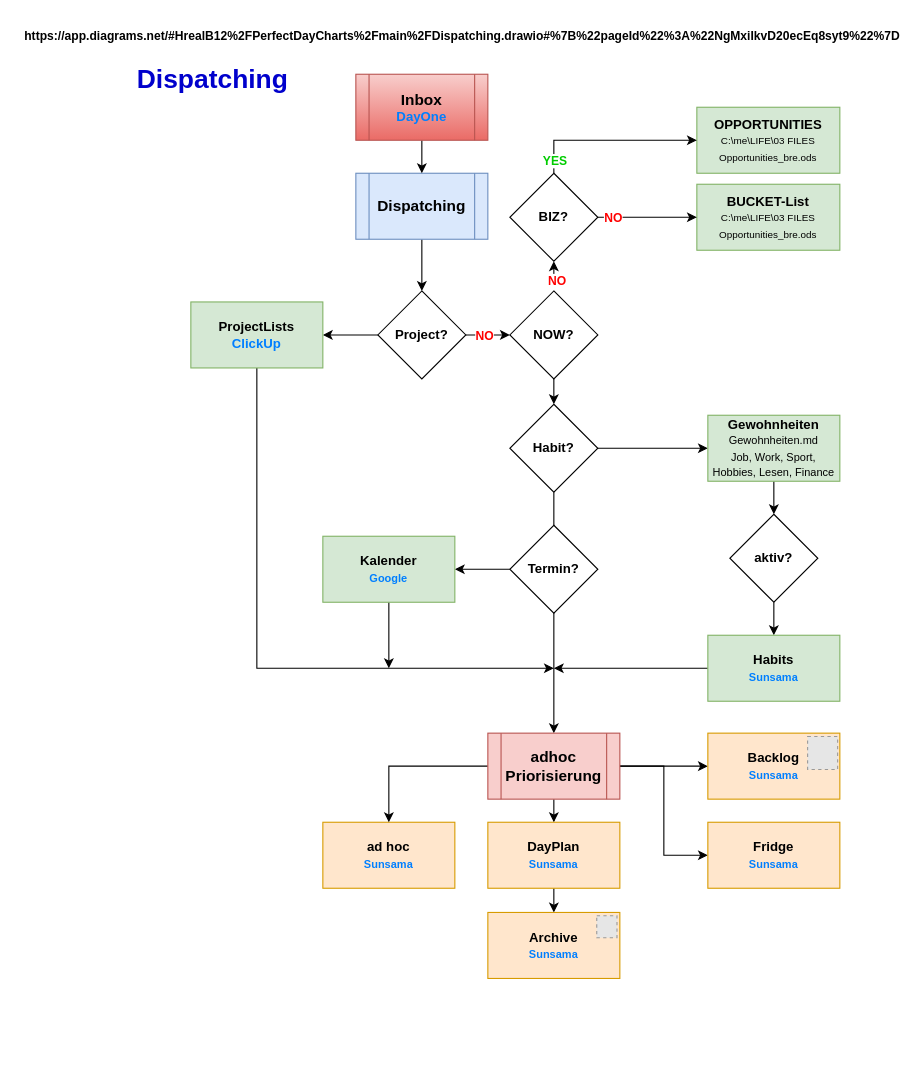
Above: Dispatching.drawio in realB12/PerfectDayCharts (draw.io), before the change. Source tidied: cells renumbered, new cells numbered last; positions are measured from the earlier drawing's top-left corner, leaving out a move shared by most shapes. Both pictures are drawn from the tidied source at 110%, with x=0, y=0 at pixel (19, 19). Pictures stored in the file or linked from it are replaced by grey dashed boxes.
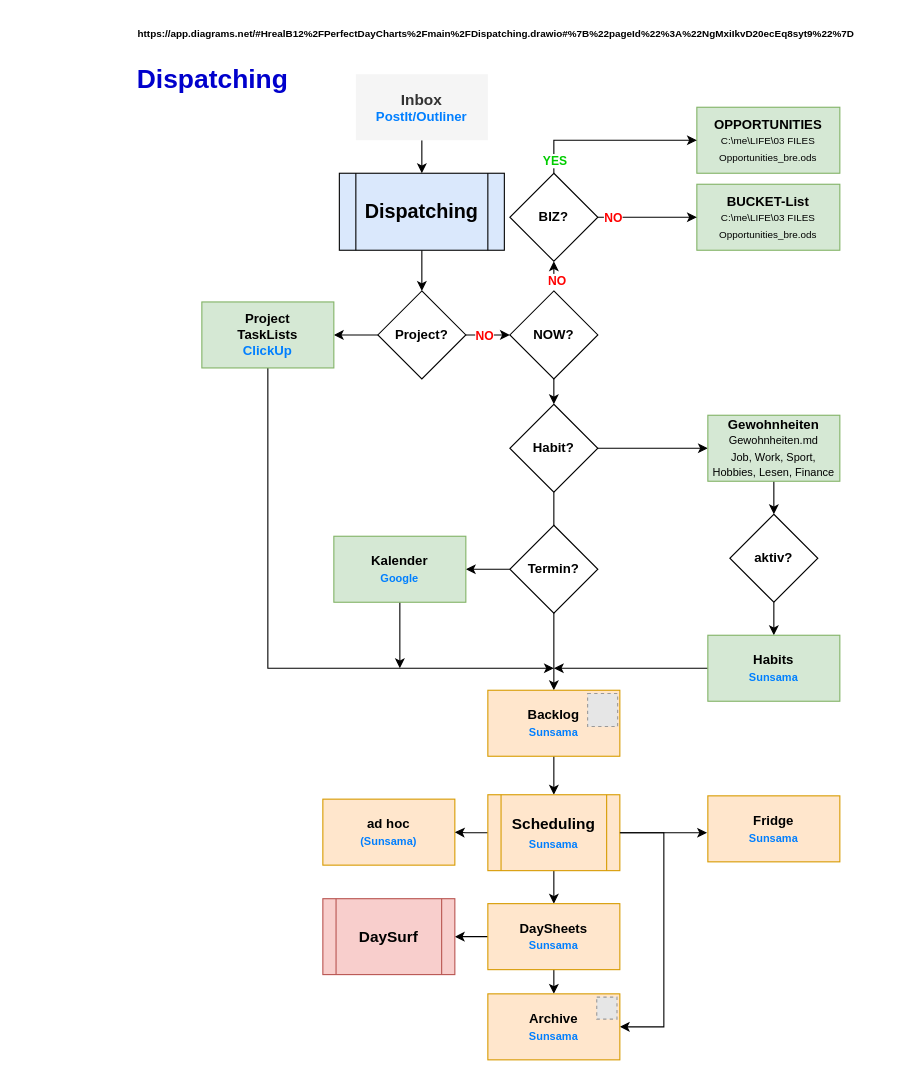
After the change.

The change refers to these unchanged cells:
```xml
<mxCell id="23" value="&lt;b&gt;Habit?&lt;/b&gt;" style="rhombus;whiteSpace=wrap;html=1;" parent="1" vertex="1">
  <mxGeometry x="446" y="350" width="80" height="80" as="geometry" />
</mxCell>
<mxCell id="50" value="&lt;b&gt;Archive&lt;/b&gt;&lt;br&gt;&lt;font color=&quot;#007fff&quot; size=&quot;1&quot;&gt;&lt;b&gt;Sunsama&lt;/b&gt;&lt;/font&gt;" style="rounded=0;whiteSpace=wrap;html=1;fillColor=#ffe6cc;strokeColor=#d79b00;labelBackgroundColor=none;" parent="49" vertex="1">
  <mxGeometry width="120" height="60" as="geometry" />
</mxCell>
```

Diff of the diagram source:
```diff
@@
-    <mxCell id="4" value="&lt;font style=&quot;font-size: 14px;&quot;&gt;&lt;b&gt;Dispatching&lt;/b&gt;&lt;/font&gt;" style="shape=process;whiteSpace=wrap;html=1;backgroundOutline=1;fillColor=#dae8fc;strokeColor=#6c8ebf;" parent="1" vertex="1">
-      <mxGeometry x="306" y="140" width="120" height="60" as="geometry" />
+    <mxCell id="4" value="&lt;font size=&quot;1&quot; style=&quot;&quot;&gt;&lt;b style=&quot;font-size: 18px;&quot;&gt;Dispatching&lt;/b&gt;&lt;/font&gt;" style="shape=process;whiteSpace=wrap;html=1;backgroundOutline=1;fillColor=#dae8fc;strokeColor=default;strokeWidth=1;" parent="1" vertex="1">
+      <mxGeometry x="291" y="140" width="150" height="70" as="geometry" />
     </mxCell>
@@
     <mxCell id="8" style="edgeStyle=orthogonalEdgeStyle;rounded=0;jettySize=auto;html=1;exitX=0.5;exitY=1;exitDx=0;exitDy=0;" parent="1" edge="1" source="9">
       <mxGeometry relative="1" as="geometry">
         <mxPoint x="486" y="590" as="targetPoint" />
         <Array as="points">
-          <mxPoint x="216" y="590" />
-          <mxPoint x="486" y="590" />
+          <mxPoint x="226" y="590" />
         </Array>
       </mxGeometry>
     </mxCell>
-    <mxCell id="9" value="&lt;b&gt;ProjectLists&lt;/b&gt;&lt;br&gt;&lt;b&gt;&lt;font color=&quot;#007fff&quot;&gt;ClickUp&lt;/font&gt;&lt;/b&gt;" style="rounded=0;whiteSpace=wrap;html=1;fillColor=#d5e8d4;strokeColor=#82b366;" parent="1" vertex="1">
-      <mxGeometry x="156" y="257" width="120" height="60" as="geometry" />
+    <mxCell id="9" value="&lt;b&gt;Project&lt;br&gt;TaskLists&lt;/b&gt;&lt;br&gt;&lt;b&gt;&lt;font color=&quot;#007fff&quot;&gt;ClickUp&lt;/font&gt;&lt;/b&gt;" style="rounded=0;whiteSpace=wrap;html=1;fillColor=#d5e8d4;strokeColor=#82b366;" parent="1" vertex="1">
+      <mxGeometry x="166" y="257" width="120" height="60" as="geometry" />
     </mxCell>
@@
-    <mxCell id="22" style="edgeStyle=orthogonalEdgeStyle;rounded=0;jettySize=auto;html=1;" parent="1" edge="1" source="23" target="34">
+    <mxCell id="22" style="edgeStyle=orthogonalEdgeStyle;rounded=0;jettySize=auto;html=1;entryX=0.5;entryY=0;entryDx=0;entryDy=0;" parent="1" edge="1" source="23" target="36">
       <mxGeometry relative="1" as="geometry" />
     </mxCell>
@@
-    <mxCell id="28" value="&lt;b&gt;&lt;font style=&quot;font-size: 14px;&quot;&gt;Inbox&lt;/font&gt;&lt;/b&gt;&lt;br&gt;&lt;b&gt;&lt;font color=&quot;#007fff&quot;&gt;DayOne&lt;/font&gt;&lt;/b&gt;" style="shape=process;whiteSpace=wrap;html=1;backgroundOutline=1;fillColor=#f8cecc;strokeColor=#b85450;gradientColor=#ea6b66;" parent="1" vertex="1">
+    <mxCell id="28" value="&lt;b&gt;&lt;font style=&quot;font-size: 14px;&quot;&gt;Inbox&lt;/font&gt;&lt;/b&gt;&lt;br&gt;&lt;font color=&quot;#007fff&quot;&gt;&lt;b&gt;PostIt/Outliner&lt;/b&gt;&lt;/font&gt;" style="shape=process;whiteSpace=wrap;html=1;backgroundOutline=1;fillColor=#f5f5f5;strokeColor=none;fontColor=#333333;" parent="1" vertex="1">
       <mxGeometry x="306" y="50" width="120" height="60" as="geometry" />
     </mxCell>
-    <mxCell id="29" value="&lt;b&gt;ad hoc&lt;br&gt;&lt;/b&gt;&lt;div&gt;&lt;b style=&quot;color: rgb(0, 127, 255); font-size: x-small;&quot;&gt;Sunsama&lt;/b&gt;&lt;br&gt;&lt;/div&gt;" style="rounded=0;whiteSpace=wrap;html=1;fillColor=#ffe6cc;strokeColor=#d79b00;labelBackgroundColor=none;" parent="1" vertex="1">
-      <mxGeometry x="276" y="730" width="120" height="60" as="geometry" />
+    <mxCell id="29" value="&lt;b&gt;ad hoc&lt;br&gt;&lt;/b&gt;&lt;div&gt;&lt;b style=&quot;color: rgb(0, 127, 255); font-size: x-small;&quot;&gt;(Sunsama)&lt;/b&gt;&lt;br&gt;&lt;/div&gt;" style="rounded=0;whiteSpace=wrap;html=1;fillColor=#ffe6cc;strokeColor=#d79b00;labelBackgroundColor=none;" parent="1" vertex="1">
+      <mxGeometry x="276" y="709" width="120" height="60" as="geometry" />
     </mxCell>
@@
-    <mxCell id="31" style="edgeStyle=orthogonalEdgeStyle;rounded=0;jettySize=auto;html=1;entryX=0;entryY=0.5;entryDx=0;entryDy=0;" parent="1" edge="1" source="34" target="36">
+    <mxCell id="31" style="edgeStyle=orthogonalEdgeStyle;rounded=0;jettySize=auto;html=1;" parent="1" edge="1" source="36" target="34">
       <mxGeometry relative="1" as="geometry" />
     </mxCell>
-    <mxCell id="32" style="edgeStyle=orthogonalEdgeStyle;rounded=0;jettySize=auto;html=1;entryX=0;entryY=0.5;entryDx=0;entryDy=0;" parent="1" edge="1" source="34" target="35">
-      <mxGeometry relative="1" as="geometry" />
-    </mxCell>
@@
+    <mxCell id="52" style="edgeStyle=orthogonalEdgeStyle;rounded=0;jettySize=auto;html=1;entryX=1;entryY=0.5;entryDx=0;entryDy=0;" parent="1" edge="1" source="34" target="50">
+      <mxGeometry relative="1" as="geometry">
+        <Array as="points">
+          <mxPoint x="586" y="740" />
+          <mxPoint x="586" y="916" />
+        </Array>
+      </mxGeometry>
+    </mxCell>
-    <mxCell id="34" value="&lt;span style=&quot;font-size: 14px;&quot;&gt;&lt;b&gt;adhoc&lt;br&gt;Priorisierung&lt;/b&gt;&lt;/span&gt;" style="shape=process;whiteSpace=wrap;html=1;backgroundOutline=1;fillColor=#f8cecc;strokeColor=#b85450;" parent="1" vertex="1">
-      <mxGeometry x="426" y="649" width="120" height="60" as="geometry" />
+    <mxCell id="34" value="&lt;span style=&quot;font-size: 14px;&quot;&gt;&lt;b&gt;Scheduling&lt;/b&gt;&lt;/span&gt;&lt;div&gt;&lt;b style=&quot;color: rgb(0, 127, 255); font-size: x-small;&quot;&gt;Sunsama&lt;/b&gt;&lt;span style=&quot;font-size: 14px;&quot;&gt;&lt;b&gt;&lt;br&gt;&lt;/b&gt;&lt;/span&gt;&lt;/div&gt;" style="shape=process;whiteSpace=wrap;html=1;backgroundOutline=1;fillColor=#ffe6cc;strokeColor=#d79b00;" parent="1" vertex="1">
+      <mxGeometry x="426" y="705" width="120" height="69" as="geometry" />
     </mxCell>
     <mxCell id="35" value="&lt;b&gt;Fridge&lt;/b&gt;&lt;br&gt;&lt;font color=&quot;#007fff&quot; size=&quot;1&quot;&gt;&lt;b&gt;Sunsama&lt;/b&gt;&lt;/font&gt;" style="rounded=0;whiteSpace=wrap;html=1;fillColor=#ffe6cc;strokeColor=#d79b00;labelBackgroundColor=none;" parent="1" vertex="1">
-      <mxGeometry x="626" y="730" width="120" height="60" as="geometry" />
+      <mxGeometry x="626" y="706" width="120" height="60" as="geometry" />
     </mxCell>
     <mxCell id="36" value="&lt;b&gt;Backlog&lt;/b&gt;&lt;br&gt;&lt;font color=&quot;#007fff&quot; size=&quot;1&quot;&gt;&lt;b&gt;Sunsama&lt;/b&gt;&lt;/font&gt;" style="rounded=0;whiteSpace=wrap;html=1;fillColor=#ffe6cc;strokeColor=#d79b00;labelBackgroundColor=none;" parent="1" vertex="1">
-      <mxGeometry x="626" y="649" width="120" height="60" as="geometry" />
+      <mxGeometry x="426" y="610" width="120" height="60" as="geometry" />
     </mxCell>
@@
     <mxCell id="44" style="edgeStyle=orthogonalEdgeStyle;rounded=0;jettySize=auto;html=1;" parent="1" edge="1" source="45">
       <mxGeometry relative="1" as="geometry">
-        <mxPoint x="336" y="590" as="targetPoint" />
+        <mxPoint x="346" y="590" as="targetPoint" />
       </mxGeometry>
     </mxCell>
     <mxCell id="45" value="&lt;b&gt;Kalender&lt;/b&gt;&lt;br&gt;&lt;font color=&quot;#007fff&quot; size=&quot;1&quot;&gt;&lt;b&gt;Google&lt;/b&gt;&lt;/font&gt;" style="rounded=0;whiteSpace=wrap;html=1;fillColor=#d5e8d4;strokeColor=#82b366;" parent="1" vertex="1">
-      <mxGeometry x="276" y="470" width="120" height="60" as="geometry" />
+      <mxGeometry x="286" y="470" width="120" height="60" as="geometry" />
     </mxCell>
-    <mxCell id="46" value="https://app.diagrams.net/#HrealB12%2FPerfectDayCharts%2Fmain%2FDispatching.drawio#%7B%22pageId%22%3A%22NgMxiIkvD20ecEq8syt9%22%7D" style="text;html=1;align=center;verticalAlign=middle;whiteSpace=wrap;rounded=0;fontSize=11;fontStyle=1;" parent="1" vertex="1">
-      <mxGeometry width="806" height="30" as="geometry" />
+    <mxCell id="46" value="https://app.diagrams.net/#HrealB12%2FPerfectDayCharts%2Fmain%2FDispatching.drawio#%7B%22pageId%22%3A%22NgMxiIkvD20ecEq8syt9%22%7D" style="text;html=1;align=left;verticalAlign=top;whiteSpace=wrap;rounded=0;fontSize=9;fontStyle=1;" parent="1" vertex="1">
+      <mxGeometry x="106" y="2" width="700" height="30" as="geometry" />
     </mxCell>
@@
+    <mxCell id="53" style="edgeStyle=orthogonalEdgeStyle;rounded=0;jettySize=auto;html=1;" parent="1" edge="1" source="48" target="54">
+      <mxGeometry relative="1" as="geometry" />
+    </mxCell>
-    <mxCell id="48" value="&lt;b&gt;DayPlan&lt;/b&gt;&lt;br&gt;&lt;font color=&quot;#007fff&quot; size=&quot;1&quot;&gt;&lt;b&gt;Sunsama&lt;/b&gt;&lt;/font&gt;" style="rounded=0;whiteSpace=wrap;html=1;fillColor=#ffe6cc;strokeColor=#d79b00;labelBackgroundColor=none;" parent="1" vertex="1">
-      <mxGeometry x="426" y="730" width="120" height="60" as="geometry" />
+    <mxCell id="48" value="&lt;b&gt;DaySheets&lt;/b&gt;&lt;br&gt;&lt;font color=&quot;#007fff&quot; size=&quot;1&quot;&gt;&lt;b&gt;Sunsama&lt;/b&gt;&lt;/font&gt;" style="rounded=0;whiteSpace=wrap;html=1;fillColor=#ffe6cc;strokeColor=#d79b00;labelBackgroundColor=none;" parent="1" vertex="1">
+      <mxGeometry x="426" y="804" width="120" height="60" as="geometry" />
     </mxCell>
     <mxCell id="49" style="group;" parent="1" vertex="1">
-      <mxGeometry x="426" y="812" width="120" height="60" as="geometry" />
+      <mxGeometry x="426" y="886" width="120" height="60" as="geometry" />
     </mxCell>
@@
+    <mxCell id="54" value="&lt;span style=&quot;font-size: 14px;&quot;&gt;&lt;b&gt;DaySurf&lt;/b&gt;&lt;/span&gt;" style="shape=process;whiteSpace=wrap;html=1;backgroundOutline=1;fillColor=#f8cecc;strokeColor=#b85450;" parent="1" vertex="1">
+      <mxGeometry x="276" y="799.5" width="120" height="69" as="geometry" />
+    </mxCell>
+    <mxCell id="32" style="edgeStyle=orthogonalEdgeStyle;rounded=0;jettySize=auto;html=1;entryX=-0.006;entryY=0.559;entryDx=0;entryDy=0;entryPerimeter=0;" parent="1" edge="1" source="34" target="35">
+      <mxGeometry relative="1" as="geometry" />
+    </mxCell>
```
